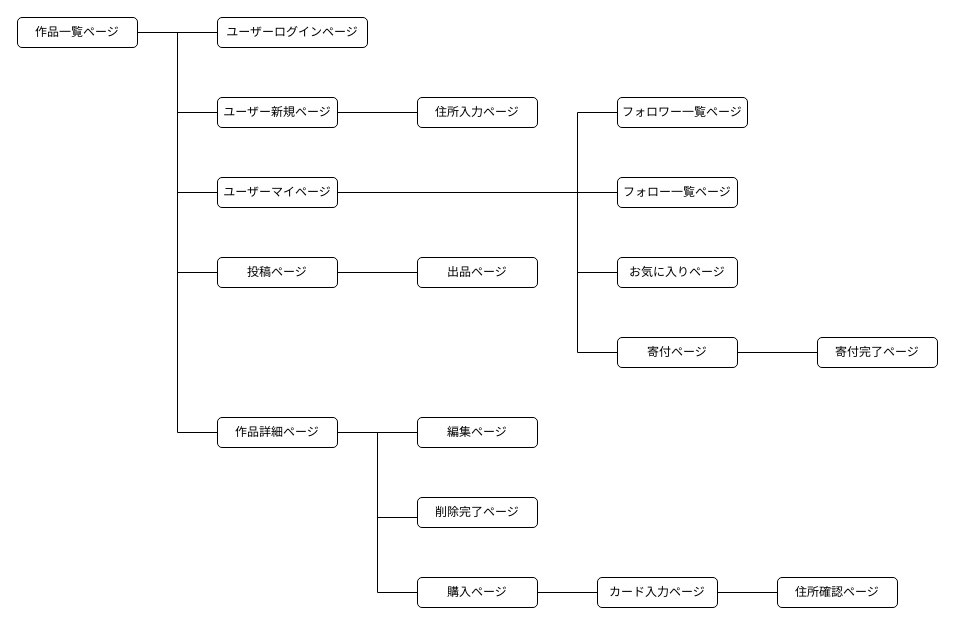
The draw.io diagram seni.dio in daizdag/own_works_app, before the edit. Source tidied: cells renumbered, new cells numbered last; positions are measured from the earlier drawing's top-left corner, leaving out a move shared by most shapes. Both pictures are drawn from the tidied source at 100%, with x=0, y=0 at pixel (17, 17).
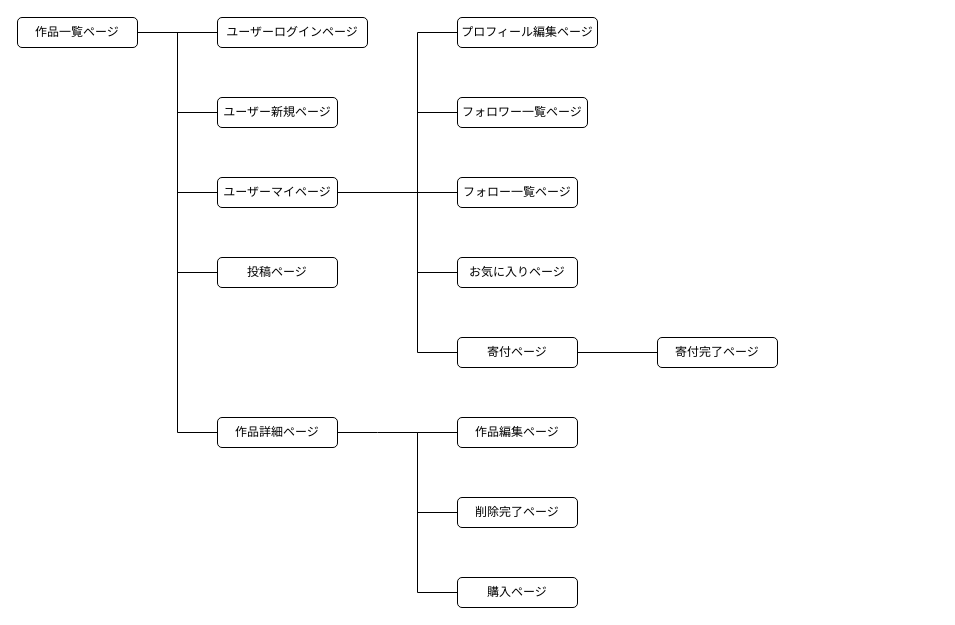
After the change.

Commit message (it also covers changes not shown here):
データベース設計の見直し記述

The change refers to these unchanged cells:
```xml
<mxCell id="3" value="作品詳細ページ" style="rounded=1;whiteSpace=wrap;html=1;" parent="1" vertex="1">
  <mxGeometry x="200" y="400" width="120" height="30" as="geometry" />
</mxCell>
<mxCell id="4" value="投稿ページ" style="rounded=1;whiteSpace=wrap;html=1;" parent="1" vertex="1">
  <mxGeometry x="200" y="240" width="120" height="30" as="geometry" />
</mxCell>
<mxCell id="6" value="ユーザー新規ページ" style="rounded=1;whiteSpace=wrap;html=1;" parent="1" vertex="1">
  <mxGeometry x="200" y="80" width="120" height="30" as="geometry" />
</mxCell>
```

Diff of the diagram source:
```diff
@@
     <mxCell id="13" value="お気に入りページ" style="rounded=1;whiteSpace=wrap;html=1;" parent="1" vertex="1">
-      <mxGeometry x="600" y="240" width="120" height="30" as="geometry" />
+      <mxGeometry x="440" y="240" width="120" height="30" as="geometry" />
     </mxCell>
     <mxCell id="14" value="フォロー一覧ページ" style="rounded=1;whiteSpace=wrap;html=1;" parent="1" vertex="1">
-      <mxGeometry x="600" y="160" width="120" height="30" as="geometry" />
+      <mxGeometry x="440" y="160" width="120" height="30" as="geometry" />
     </mxCell>
     <mxCell id="15" value="フォロワー一覧ページ" style="rounded=1;whiteSpace=wrap;html=1;" parent="1" vertex="1">
-      <mxGeometry x="600" y="80" width="130" height="30" as="geometry" />
+      <mxGeometry x="440" y="80" width="130" height="30" as="geometry" />
     </mxCell>
-    <mxCell id="16" value="住所入力ページ" style="rounded=1;whiteSpace=wrap;html=1;" parent="1" vertex="1">
-      <mxGeometry x="400" y="80" width="120" height="30" as="geometry" />
-    </mxCell>
-    <mxCell id="17" style="endArrow=none;html=1;rounded=0;entryX=1;entryY=0.5;entryDx=0;entryDy=0;exitX=0;exitY=0.5;exitDx=0;exitDy=0;" parent="1" edge="1" source="16" target="6">
-      <mxGeometry relative="1" as="geometry" />
-    </mxCell>
@@
     <mxCell id="19" style="endArrow=none;html=1;rounded=0;entryX=0;entryY=0.5;entryDx=0;entryDy=0;exitX=0;exitY=0.5;exitDx=0;exitDy=0;" parent="1" edge="1" source="13" target="15">
       <mxGeometry relative="1" as="geometry">
         <Array as="points">
-          <mxPoint x="560" y="255" />
-          <mxPoint x="560" y="95" />
+          <mxPoint x="400" y="255" />
+          <mxPoint x="400" y="95" />
         </Array>
       </mxGeometry>
     </mxCell>
     <mxCell id="20" style="edgeStyle=none;rounded=0;html=1;endArrow=none;endFill=0;" parent="1" edge="1" source="21">
       <mxGeometry relative="1" as="geometry">
-        <mxPoint x="800" y="335" as="targetPoint" />
+        <mxPoint x="640" y="335" as="targetPoint" />
       </mxGeometry>
     </mxCell>
     <mxCell id="21" value="寄付ページ" style="rounded=1;whiteSpace=wrap;html=1;" parent="1" vertex="1">
-      <mxGeometry x="600" y="320" width="120" height="30" as="geometry" />
+      <mxGeometry x="440" y="320" width="120" height="30" as="geometry" />
     </mxCell>
-    <mxCell id="22" style="endArrow=none;html=1;rounded=0;entryX=0;entryY=0.5;entryDx=0;entryDy=0;" parent="1" edge="1" target="21">
+    <mxCell id="22" style="endArrow=none;html=1;rounded=0;entryX=0;entryY=0.5;entryDx=0;entryDy=0;exitX=0;exitY=0.5;exitDx=0;exitDy=0;" parent="1" edge="1" source="35" target="21">
       <mxGeometry relative="1" as="geometry">
-        <mxPoint x="560" y="230" as="sourcePoint" />
         <Array as="points">
-          <mxPoint x="560" y="335" />
+          <mxPoint x="400" y="15" />
+          <mxPoint x="400" y="335" />
         </Array>
       </mxGeometry>
     </mxCell>
-    <mxCell id="23" value="出品ページ" style="rounded=1;whiteSpace=wrap;html=1;" parent="1" vertex="1">
-      <mxGeometry x="400" y="240" width="120" height="30" as="geometry" />
-    </mxCell>
-    <mxCell id="24" style="endArrow=none;html=1;rounded=0;entryX=1;entryY=0.5;entryDx=0;entryDy=0;exitX=0;exitY=0.5;exitDx=0;exitDy=0;" parent="1" edge="1" source="23" target="4">
-      <mxGeometry relative="1" as="geometry" />
-    </mxCell>
-    <mxCell id="25" style="edgeStyle=none;rounded=0;html=1;endArrow=none;endFill=0;" parent="1" edge="1" source="26" target="27">
-      <mxGeometry relative="1" as="geometry" />
-    </mxCell>
-    <mxCell id="26" value="カード入力ページ" style="rounded=1;whiteSpace=wrap;html=1;" parent="1" vertex="1">
-      <mxGeometry x="580" y="560" width="120" height="30" as="geometry" />
-    </mxCell>
     <mxCell id="27" value="購入ページ" style="rounded=1;whiteSpace=wrap;html=1;" parent="1" vertex="1">
-      <mxGeometry x="400" y="560" width="120" height="30" as="geometry" />
+      <mxGeometry x="440" y="560" width="120" height="30" as="geometry" />
     </mxCell>
     <mxCell id="28" style="edgeStyle=none;rounded=0;html=1;endArrow=none;endFill=0;exitX=0;exitY=0.5;exitDx=0;exitDy=0;entryX=0;entryY=0.5;entryDx=0;entryDy=0;" parent="1" edge="1" source="27" target="31">
       <mxGeometry relative="1" as="geometry">
         <Array as="points">
-          <mxPoint x="360" y="575" />
-          <mxPoint x="360" y="415" />
+          <mxPoint x="400" y="575" />
+          <mxPoint x="400" y="415" />
         </Array>
       </mxGeometry>
     </mxCell>
     <mxCell id="29" value="削除完了ページ" style="rounded=1;whiteSpace=wrap;html=1;" parent="1" vertex="1">
-      <mxGeometry x="400" y="480" width="120" height="30" as="geometry" />
+      <mxGeometry x="440" y="480" width="120" height="30" as="geometry" />
     </mxCell>
-    <mxCell id="30" style="edgeStyle=none;rounded=0;html=1;endArrow=none;endFill=0;" parent="1" edge="1" target="3">
+    <mxCell id="30" style="edgeStyle=none;rounded=0;html=1;endArrow=none;endFill=0;exitX=0;exitY=0.5;exitDx=0;exitDy=0;" parent="1" edge="1" source="29" target="3">
       <mxGeometry relative="1" as="geometry">
-        <mxPoint x="400" y="500" as="sourcePoint" />
         <Array as="points">
-          <mxPoint x="360" y="500" />
+          <mxPoint x="400" y="495" />
+          <mxPoint x="400" y="415" />
           <mxPoint x="360" y="415" />
         </Array>
       </mxGeometry>
     </mxCell>
-    <mxCell id="31" value="編集ページ" style="rounded=1;whiteSpace=wrap;html=1;" parent="1" vertex="1">
-      <mxGeometry x="400" y="400" width="120" height="30" as="geometry" />
+    <mxCell id="31" value="作品編集ページ" style="rounded=1;whiteSpace=wrap;html=1;" parent="1" vertex="1">
+      <mxGeometry x="440" y="400" width="120" height="30" as="geometry" />
     </mxCell>
-    <mxCell id="32" style="edgeStyle=none;rounded=0;html=1;endArrow=none;endFill=0;" parent="1" edge="1" source="33" target="26">
-      <mxGeometry relative="1" as="geometry" />
-    </mxCell>
-    <mxCell id="33" value="住所確認ページ" style="rounded=1;whiteSpace=wrap;html=1;" parent="1" vertex="1">
-      <mxGeometry x="760" y="560" width="120" height="30" as="geometry" />
-    </mxCell>
     <mxCell id="34" value="寄付完了ページ" style="rounded=1;whiteSpace=wrap;html=1;" parent="1" vertex="1">
-      <mxGeometry x="800" y="320" width="120" height="30" as="geometry" />
+      <mxGeometry x="640" y="320" width="120" height="30" as="geometry" />
     </mxCell>
+    <mxCell id="35" value="プロフィール編集ページ" style="rounded=1;whiteSpace=wrap;html=1;" parent="1" vertex="1">
+      <mxGeometry x="440" width="140" height="30" as="geometry" />
+    </mxCell>
```
